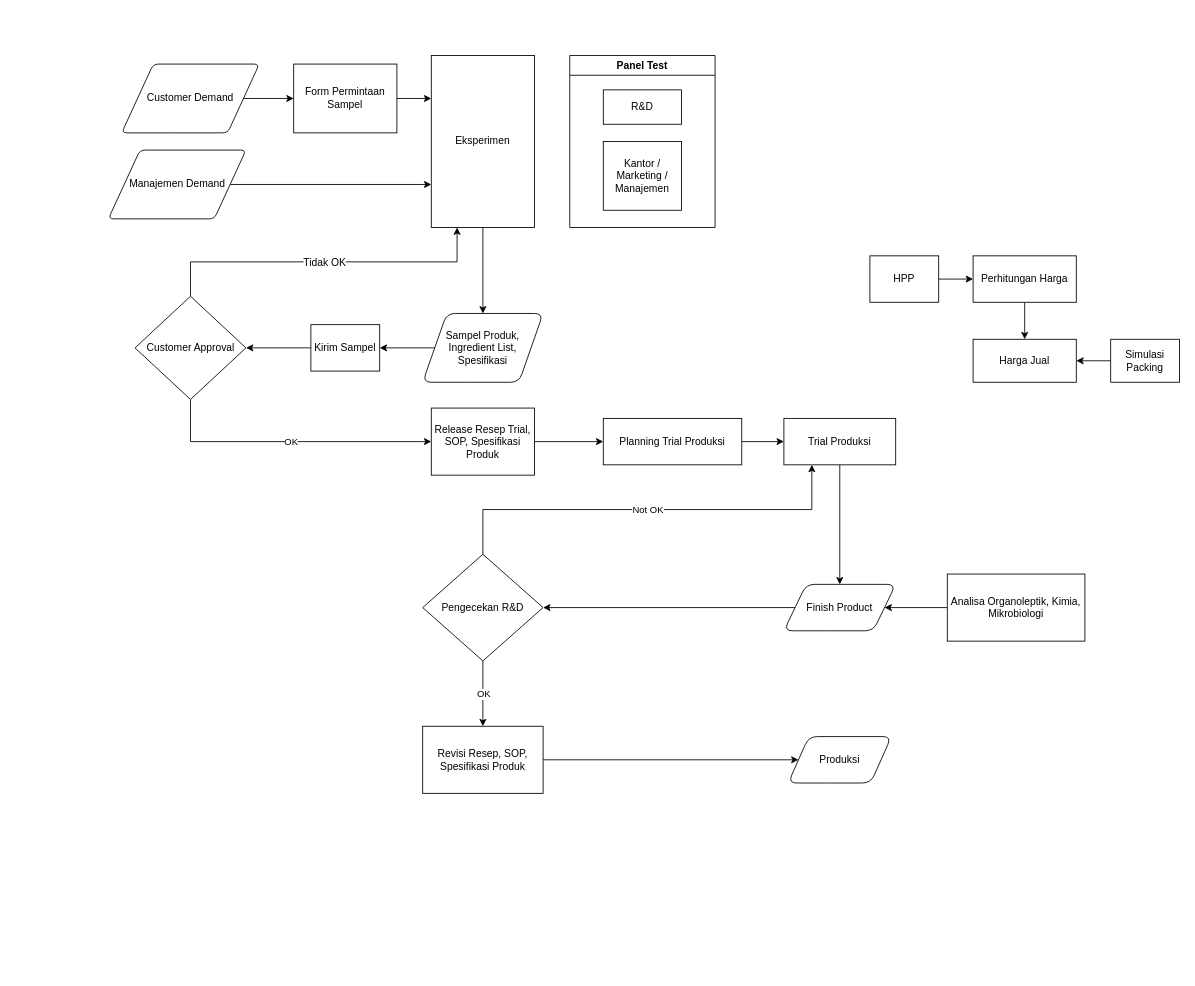
hafizh911/drawio keeps this draw.io diagram as Proses R&D.drawio. Above is the earlier version. Source tidied: cells renumbered, new cells numbered last; positions are measured from the earlier drawing's top-left corner, leaving out a move shared by most shapes. Both pictures are drawn from the tidied source at 86%, with x=0, y=0 at pixel (108, 55).
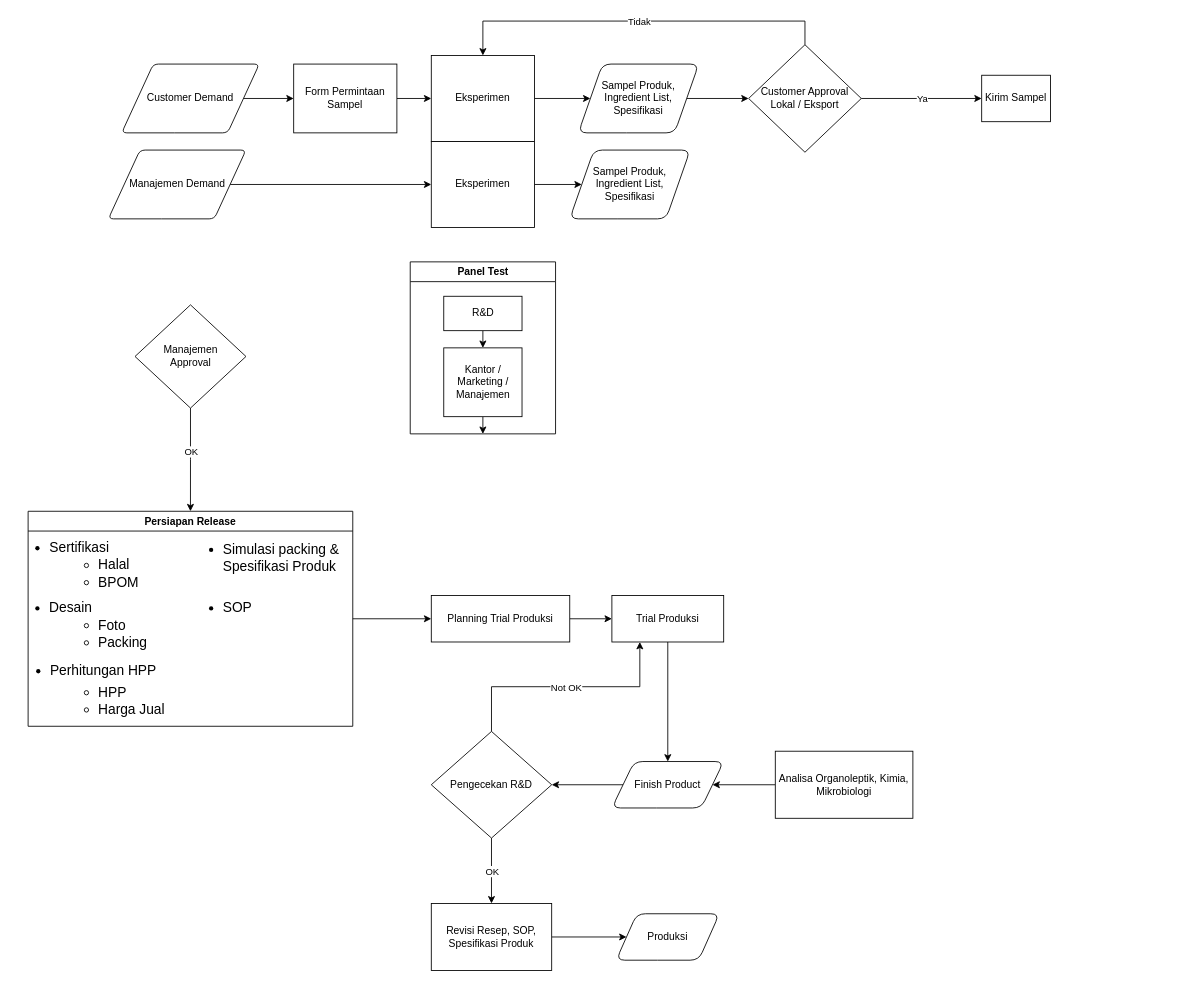
Above is the later version.

The change refers to these unchanged cells:
```xml
<mxCell id="3" value="Form Permintaan Sampel" style="whiteSpace=wrap;strokeWidth=1;" parent="1" vertex="1">
  <mxGeometry x="216" y="10" width="120" height="80" as="geometry" />
</mxCell>
<mxCell id="43" value="Manajemen Demand" style="shape=parallelogram;html=1;strokeWidth=1;perimeter=parallelogramPerimeter;whiteSpace=wrap;rounded=1;arcSize=12;size=0.23;" parent="1" vertex="1">
  <mxGeometry x="0.5" y="110" width="160" height="80" as="geometry" />
</mxCell>
<mxCell id="45" value="Kantor / Marketing / Manajemen" style="rounded=0;whiteSpace=wrap;html=1;" parent="44" vertex="1">
  <mxGeometry x="39" y="100" width="91" height="80" as="geometry" />
</mxCell>
<mxCell id="46" value="R&amp;amp;D" style="rounded=0;whiteSpace=wrap;html=1;" parent="44" vertex="1">
  <mxGeometry x="39" y="40" width="91" height="40" as="geometry" />
</mxCell>
```

Diff of the diagram source:
```diff
@@
-    <mxCell id="2" style="edgeStyle=orthogonalEdgeStyle;rounded=0;jettySize=auto;html=1;exitX=1;exitY=0.5;exitDx=0;exitDy=0;entryX=0;entryY=0.25;entryDx=0;entryDy=0;strokeWidth=1;" parent="1" edge="1" source="3" target="29">
-      <mxGeometry relative="1" as="geometry" />
-    </mxCell>
+    <mxCell id="47" style="edgeStyle=orthogonalEdgeStyle;rounded=0;jettySize=auto;html=1;exitX=1;exitY=0.5;exitDx=0;exitDy=0;entryX=0;entryY=0.5;entryDx=0;entryDy=0;" parent="1" edge="1" source="3" target="64">
+      <mxGeometry relative="1" as="geometry" />
+    </mxCell>
@@
-    <mxCell id="4" style="edgeStyle=orthogonalEdgeStyle;rounded=0;jettySize=auto;html=1;strokeWidth=1;" parent="1" edge="1" source="5" target="33">
-      <mxGeometry relative="1" as="geometry" />
-    </mxCell>
     <mxCell id="5" value="Sampel Produk, Ingredient List, Spesifikasi" style="shape=parallelogram;whiteSpace=wrap;strokeWidth=1;perimeter=parallelogramPerimeter;rounded=1;" parent="1" vertex="1">
-      <mxGeometry x="366" y="300" width="140" height="80" as="geometry" />
+      <mxGeometry x="537" y="110" width="140" height="80" as="geometry" />
     </mxCell>
-    <mxCell id="6" style="edgeStyle=orthogonalEdgeStyle;rounded=0;jettySize=auto;html=1;strokeWidth=1;" parent="1" edge="1" source="7" target="15">
-      <mxGeometry relative="1" as="geometry" />
-    </mxCell>
-    <mxCell id="7" value="HPP" style="whiteSpace=wrap;strokeWidth=1;" parent="1" vertex="1">
-      <mxGeometry x="886" y="233" width="80" height="54" as="geometry" />
-    </mxCell>
-    <mxCell id="8" value="Customer Approval" style="rhombus;whiteSpace=wrap;strokeWidth=1;" parent="1" vertex="1">
-      <mxGeometry x="31.5" y="280" width="129" height="120" as="geometry" />
-    </mxCell>
-    <mxCell id="9" style="edgeStyle=orthogonalEdgeStyle;rounded=0;jettySize=auto;html=1;" parent="1" edge="1" source="10" target="17">
-      <mxGeometry relative="1" as="geometry" />
-    </mxCell>
-    <mxCell id="10" value="Release Resep Trial, SOP, Spesifikasi Produk" style="whiteSpace=wrap;strokeWidth=1;" parent="1" vertex="1">
-      <mxGeometry x="376" y="410" width="120" height="78" as="geometry" />
-    </mxCell>
@@
     <mxCell id="12" value="Revisi Resep, SOP, Spesifikasi Produk" style="whiteSpace=wrap;strokeWidth=1;" parent="1" vertex="1">
-      <mxGeometry x="366" y="780" width="140" height="78" as="geometry" />
+      <mxGeometry x="376" y="986" width="140" height="78" as="geometry" />
     </mxCell>
-    <mxCell id="13" value="Harga Jual" style="whiteSpace=wrap;strokeWidth=1;" parent="1" vertex="1">
-      <mxGeometry x="1006" y="330" width="120" height="50" as="geometry" />
-    </mxCell>
-    <mxCell id="14" style="edgeStyle=orthogonalEdgeStyle;rounded=0;jettySize=auto;html=1;entryX=0.5;entryY=0;entryDx=0;entryDy=0;strokeWidth=1;" parent="1" edge="1" source="15" target="13">
-      <mxGeometry relative="1" as="geometry" />
-    </mxCell>
-    <mxCell id="15" value="Perhitungan Harga" style="whiteSpace=wrap;strokeWidth=1;" parent="1" vertex="1">
-      <mxGeometry x="1006" y="233" width="120" height="54" as="geometry" />
-    </mxCell>
@@
     <mxCell id="17" value="Planning Trial Produksi" style="whiteSpace=wrap;strokeWidth=1;" parent="1" vertex="1">
-      <mxGeometry x="576" y="422" width="161" height="54" as="geometry" />
+      <mxGeometry x="376" y="628" width="161" height="54" as="geometry" />
     </mxCell>
@@
     <mxCell id="19" value="Trial Produksi" style="whiteSpace=wrap;strokeWidth=1;" parent="1" vertex="1">
-      <mxGeometry x="786" y="422" width="130" height="54" as="geometry" />
+      <mxGeometry x="586" y="628" width="130" height="54" as="geometry" />
     </mxCell>
-    <mxCell id="20" style="edgeStyle=orthogonalEdgeStyle;rounded=0;jettySize=auto;html=1;strokeWidth=1;" parent="1" edge="1" source="21" target="13">
-      <mxGeometry relative="1" as="geometry" />
-    </mxCell>
-    <mxCell id="21" value="Simulasi Packing" style="whiteSpace=wrap;strokeWidth=1;" parent="1" vertex="1">
-      <mxGeometry x="1166" y="330" width="80" height="50" as="geometry" />
-    </mxCell>
@@
     <mxCell id="23" value="Finish Product" style="shape=parallelogram;whiteSpace=wrap;strokeWidth=1;perimeter=parallelogramPerimeter;rounded=1;" parent="1" vertex="1">
-      <mxGeometry x="786" y="615" width="130" height="54" as="geometry" />
+      <mxGeometry x="586" y="821" width="130" height="54" as="geometry" />
     </mxCell>
     <mxCell id="24" value="Pengecekan R&amp;D" style="rhombus;whiteSpace=wrap;strokeWidth=1;" parent="1" vertex="1">
-      <mxGeometry x="366" y="580" width="140" height="124" as="geometry" />
+      <mxGeometry x="376" y="786" width="140" height="124" as="geometry" />
     </mxCell>
@@
     <mxCell id="26" value="Analisa Organoleptik, Kimia, Mikrobiologi" style="whiteSpace=wrap;strokeWidth=1;" parent="1" vertex="1">
-      <mxGeometry x="976" y="603" width="160" height="78" as="geometry" />
+      <mxGeometry x="776" y="809" width="160" height="78" as="geometry" />
     </mxCell>
     <mxCell id="27" value="Produksi" style="shape=parallelogram;whiteSpace=wrap;strokeWidth=1;perimeter=parallelogramPerimeter;rounded=1;" parent="1" vertex="1">
-      <mxGeometry x="791" y="792" width="120" height="54" as="geometry" />
+      <mxGeometry x="591" y="998" width="120" height="54" as="geometry" />
     </mxCell>
-    <mxCell id="28" style="edgeStyle=orthogonalEdgeStyle;rounded=0;jettySize=auto;html=1;strokeWidth=1;" parent="1" edge="1" source="29" target="5">
+    <mxCell id="28" style="edgeStyle=orthogonalEdgeStyle;rounded=0;jettySize=auto;html=1;exitX=1;exitY=0.5;exitDx=0;exitDy=0;entryX=0;entryY=0.5;entryDx=0;entryDy=0;" parent="1" edge="1" source="29" target="5">
       <mxGeometry relative="1" as="geometry" />
     </mxCell>
     <mxCell id="29" value="Eksperimen" style="whiteSpace=wrap;strokeWidth=1;" parent="1" vertex="1">
-      <mxGeometry x="376" width="120" height="200" as="geometry" />
+      <mxGeometry x="376" y="100" width="120" height="100" as="geometry" />
     </mxCell>
@@
-    <mxCell id="32" style="edgeStyle=orthogonalEdgeStyle;rounded=0;jettySize=auto;html=1;strokeWidth=1;" parent="1" edge="1" source="33" target="8">
-      <mxGeometry relative="1" as="geometry" />
-    </mxCell>
     <mxCell id="33" value="Kirim Sampel" style="whiteSpace=wrap;strokeWidth=1;" parent="1" vertex="1">
-      <mxGeometry x="236" y="313" width="80" height="54" as="geometry" />
+      <mxGeometry x="1016" y="23" width="80" height="54" as="geometry" />
     </mxCell>
-    <mxCell id="34" style="endArrow=classic;html=1;rounded=0;exitX=0.5;exitY=0;exitDx=0;exitDy=0;entryX=0.25;entryY=1;entryDx=0;entryDy=0;edgeStyle=orthogonalEdgeStyle;" parent="1" edge="1" source="8" target="29">
-      <mxGeometry relative="1" as="geometry" />
-    </mxCell>
-    <mxCell id="35" value="&lt;font style=&quot;font-size: 12px;&quot;&gt;Tidak OK&lt;/font&gt;" style="edgeLabel;html=1;align=center;verticalAlign=middle;" parent="34" vertex="1">
-      <mxGeometry relative="1" as="geometry" />
-    </mxCell>
-    <mxCell id="36" style="endArrow=classic;html=1;rounded=0;exitX=0.5;exitY=1;exitDx=0;exitDy=0;entryX=0;entryY=0.5;entryDx=0;entryDy=0;edgeStyle=orthogonalEdgeStyle;" parent="1" edge="1" source="8" target="10">
-      <mxGeometry relative="1" as="geometry" />
-    </mxCell>
-    <mxCell id="37" value="OK" style="edgeLabel;html=1;align=center;verticalAlign=middle;" parent="36" vertex="1">
-      <mxGeometry relative="1" as="geometry" />
-    </mxCell>
@@
-    <mxCell id="42" style="edgeStyle=orthogonalEdgeStyle;rounded=0;jettySize=auto;html=1;exitX=1;exitY=0.5;exitDx=0;exitDy=0;entryX=0;entryY=0.75;entryDx=0;entryDy=0;" parent="1" edge="1" source="43" target="29">
+    <mxCell id="42" style="edgeStyle=orthogonalEdgeStyle;rounded=0;jettySize=auto;html=1;exitX=1;exitY=0.5;exitDx=0;exitDy=0;entryX=0;entryY=0.5;entryDx=0;entryDy=0;" parent="1" edge="1" source="43" target="29">
       <mxGeometry relative="1" as="geometry" />
     </mxCell>
@@
     <mxCell id="44" value="Panel Test" style="swimlane;whiteSpace=wrap;html=1;" parent="1" vertex="1">
-      <mxGeometry x="537" width="169" height="200" as="geometry" />
+      <mxGeometry x="351.5" y="240" width="169" height="200" as="geometry" />
     </mxCell>
+    <mxCell id="48" style="edgeStyle=orthogonalEdgeStyle;rounded=0;jettySize=auto;html=1;exitX=0.5;exitY=1;exitDx=0;exitDy=0;entryX=0.5;entryY=1;entryDx=0;entryDy=0;" parent="44" edge="1" source="45" target="44">
+      <mxGeometry relative="1" as="geometry" />
+    </mxCell>
@@
+    <mxCell id="49" style="edgeStyle=orthogonalEdgeStyle;rounded=0;jettySize=auto;html=1;exitX=0.5;exitY=1;exitDx=0;exitDy=0;entryX=0.5;entryY=0;entryDx=0;entryDy=0;" parent="44" edge="1" source="46" target="45">
+      <mxGeometry relative="1" as="geometry" />
+    </mxCell>
@@
+    <mxCell id="50" style="edgeStyle=orthogonalEdgeStyle;rounded=0;jettySize=auto;html=1;exitX=1;exitY=0.5;exitDx=0;exitDy=0;entryX=0;entryY=0.5;entryDx=0;entryDy=0;" parent="1" edge="1" source="51" target="17">
+      <mxGeometry relative="1" as="geometry" />
+    </mxCell>
+    <mxCell id="51" value="Persiapan Release" style="swimlane;whiteSpace=wrap;html=1;" parent="1" vertex="1">
+      <mxGeometry x="-92.8" y="530" width="377.5" height="250" as="geometry" />
+    </mxCell>
+    <mxCell id="52" value="&lt;ul&gt;&lt;li&gt;Sertifikasi&lt;/li&gt;&lt;/ul&gt;" style="text;html=1;align=center;verticalAlign=middle;whiteSpace=wrap;rounded=0;fontSize=16;" parent="51" vertex="1">
+      <mxGeometry x="10" y="27" width="60" height="30" as="geometry" />
+    </mxCell>
+    <mxCell id="53" value="&lt;ul&gt;&lt;ul&gt;&lt;li&gt;Halal&lt;/li&gt;&lt;li&gt;BPOM&lt;/li&gt;&lt;/ul&gt;&lt;/ul&gt;" style="text;html=1;align=left;verticalAlign=middle;whiteSpace=wrap;rounded=0;fontSize=16;" parent="51" vertex="1">
+      <mxGeometry y="57" width="60" height="30" as="geometry" />
+    </mxCell>
+    <mxCell id="54" value="&lt;ul&gt;&lt;ul&gt;&lt;li&gt;Foto&lt;/li&gt;&lt;li&gt;Packing&lt;/li&gt;&lt;/ul&gt;&lt;/ul&gt;" style="text;html=1;align=left;verticalAlign=middle;whiteSpace=wrap;rounded=0;fontSize=16;" parent="51" vertex="1">
+      <mxGeometry y="127" width="60" height="30" as="geometry" />
+    </mxCell>
+    <mxCell id="55" value="&lt;ul&gt;&lt;li&gt;Desain&lt;/li&gt;&lt;/ul&gt;" style="text;html=1;align=center;verticalAlign=middle;whiteSpace=wrap;rounded=0;fontSize=16;" parent="51" vertex="1">
+      <mxGeometry y="97" width="60" height="30" as="geometry" />
+    </mxCell>
+    <mxCell id="56" value="&lt;ul&gt;&lt;li&gt;Simulasi packing &amp;amp; Spesifikasi Produk&lt;/li&gt;&lt;/ul&gt;" style="text;html=1;align=left;verticalAlign=middle;whiteSpace=wrap;rounded=0;fontSize=16;" parent="51" vertex="1">
+      <mxGeometry x="185" y="27" width="235" height="53" as="geometry" />
+    </mxCell>
+    <mxCell id="57" value="&lt;ul&gt;&lt;ul&gt;&lt;li&gt;HPP&lt;/li&gt;&lt;li&gt;Harga Jual&lt;/li&gt;&lt;/ul&gt;&lt;/ul&gt;" style="text;html=1;align=left;verticalAlign=middle;whiteSpace=wrap;rounded=0;fontSize=16;" parent="51" vertex="1">
+      <mxGeometry y="200" width="180" height="40" as="geometry" />
+    </mxCell>
+    <mxCell id="58" value="&lt;ul&gt;&lt;li&gt;Perhitungan HPP&lt;/li&gt;&lt;/ul&gt;" style="text;html=1;align=left;verticalAlign=middle;whiteSpace=wrap;rounded=0;fontSize=16;" parent="51" vertex="1">
+      <mxGeometry x="-16" y="170" width="180" height="30" as="geometry" />
+    </mxCell>
+    <mxCell id="59" value="&lt;ul&gt;&lt;li&gt;SOP&lt;/li&gt;&lt;/ul&gt;" style="text;html=1;align=left;verticalAlign=middle;whiteSpace=wrap;rounded=0;fontSize=16;" parent="51" vertex="1">
+      <mxGeometry x="185" y="85.5" width="235" height="53" as="geometry" />
+    </mxCell>
+    <mxCell id="60" value="Manajemen&#10;Approval" style="rhombus;whiteSpace=wrap;strokeWidth=1;" parent="1" vertex="1">
+      <mxGeometry x="31.5" y="290" width="129" height="120" as="geometry" />
+    </mxCell>
+    <mxCell id="61" style="endArrow=classic;html=1;rounded=0;exitX=0.5;exitY=1;exitDx=0;exitDy=0;entryX=0.5;entryY=0;entryDx=0;entryDy=0;edgeStyle=orthogonalEdgeStyle;" parent="1" edge="1" source="60" target="51">
+      <mxGeometry relative="1" as="geometry" />
+    </mxCell>
+    <mxCell id="37" value="OK" style="edgeLabel;html=1;align=center;verticalAlign=middle;" parent="61" vertex="1">
+      <mxGeometry relative="1" as="geometry">
+        <mxPoint y="-10" as="offset" />
+      </mxGeometry>
+    </mxCell>
+    <mxCell id="62" value="Customer Approval Lokal / Eksport" style="rhombus;whiteSpace=wrap;html=1;" parent="1" vertex="1">
+      <mxGeometry x="745" y="-12.5" width="131" height="125" as="geometry" />
+    </mxCell>
+    <mxCell id="63" style="edgeStyle=orthogonalEdgeStyle;rounded=0;jettySize=auto;html=1;exitX=1;exitY=0.5;exitDx=0;exitDy=0;entryX=0;entryY=0.5;entryDx=0;entryDy=0;" parent="1" edge="1" source="64" target="66">
+      <mxGeometry relative="1" as="geometry" />
+    </mxCell>
+    <mxCell id="64" value="Eksperimen" style="whiteSpace=wrap;strokeWidth=1;" parent="1" vertex="1">
+      <mxGeometry x="376" width="120" height="100" as="geometry" />
+    </mxCell>
+    <mxCell id="65" style="edgeStyle=orthogonalEdgeStyle;rounded=0;jettySize=auto;html=1;exitX=1;exitY=0.5;exitDx=0;exitDy=0;entryX=0;entryY=0.5;entryDx=0;entryDy=0;" parent="1" edge="1" source="66" target="62">
+      <mxGeometry relative="1" as="geometry" />
+    </mxCell>
+    <mxCell id="66" value="Sampel Produk, Ingredient List, Spesifikasi" style="shape=parallelogram;whiteSpace=wrap;strokeWidth=1;perimeter=parallelogramPerimeter;rounded=1;" parent="1" vertex="1">
+      <mxGeometry x="547" y="10" width="140" height="80" as="geometry" />
+    </mxCell>
+    <mxCell id="67" style="endArrow=classic;html=1;rounded=0;exitX=1;exitY=0.5;exitDx=0;exitDy=0;entryX=0;entryY=0.5;entryDx=0;entryDy=0;" parent="1" edge="1" source="62" target="33">
+      <mxGeometry relative="1" as="geometry" />
+    </mxCell>
+    <mxCell id="68" value="Ya" style="edgeLabel;html=1;align=center;verticalAlign=middle;" parent="67" vertex="1">
+      <mxGeometry relative="1" as="geometry" />
+    </mxCell>
+    <mxCell id="69" style="endArrow=classic;html=1;rounded=0;exitX=0.5;exitY=0;exitDx=0;exitDy=0;entryX=0.5;entryY=0;entryDx=0;entryDy=0;edgeStyle=orthogonalEdgeStyle;" parent="1" edge="1" source="62" target="64">
+      <mxGeometry relative="1" as="geometry">
+        <Array as="points">
+          <mxPoint x="811" y="-40" />
+          <mxPoint x="436" y="-40" />
+        </Array>
+      </mxGeometry>
+    </mxCell>
+    <mxCell id="70" value="Tidak" style="edgeLabel;html=1;align=center;verticalAlign=middle;" parent="69" vertex="1">
+      <mxGeometry relative="1" as="geometry" />
+    </mxCell>
```
